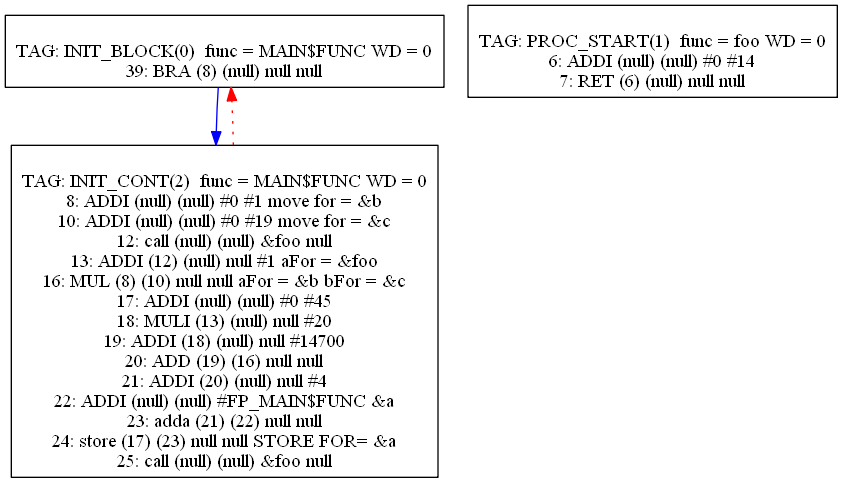
Above: Compiler/20graph.png in mbajaj92/Project-Astoria (Graphviz), before the change. Its source is kept beside it as Compiler/20graph.dot.
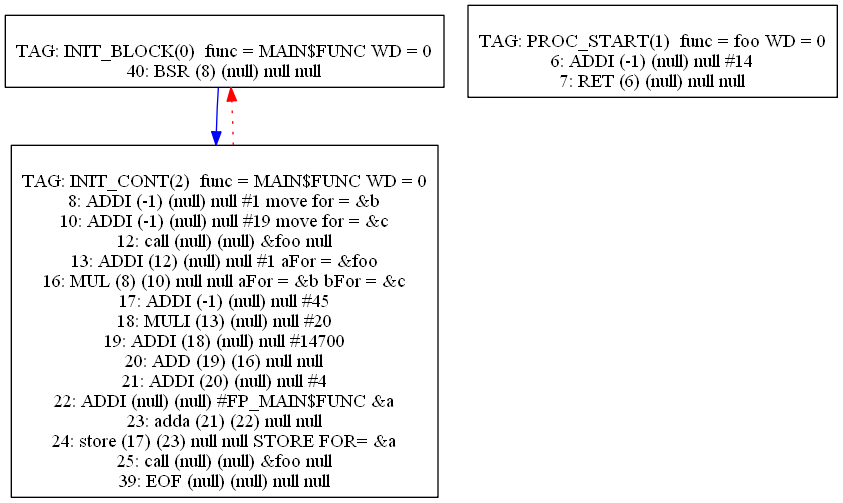
After the commit.

Diff of the diagram source:
```diff
@@ -1,24 +1,24 @@
 digraph {
 0[label="
 TAG: INIT_BLOCK(0)  func = MAIN$FUNC WD = 0
-39: BRA (8) (null) null null
+40: BSR (8) (null) null null
 "];
 0[shape=box];
 0 -> 2[color=blue]
 1[label="
 TAG: PROC_START(1)  func = foo WD = 0
-6: ADDI (null) (null) #0 #14
+6: ADDI (-1) (null) null #14
 7: RET (6) (null) null null
 "];
 1[shape=box];
 2[label="
 TAG: INIT_CONT(2)  func = MAIN$FUNC WD = 0
-8: ADDI (null) (null) #0 #1 move for = &b
-10: ADDI (null) (null) #0 #19 move for = &c
+8: ADDI (-1) (null) null #1 move for = &b
+10: ADDI (-1) (null) null #19 move for = &c
 12: call (null) (null) &foo null
 13: ADDI (12) (null) null #1 aFor = &foo
 16: MUL (8) (10) null null aFor = &b bFor = &c
-17: ADDI (null) (null) #0 #45
+17: ADDI (-1) (null) null #45
 18: MULI (13) (null) null #20
 19: ADDI (18) (null) null #14700
 20: ADD (19) (16) null null
@@ -27,6 +27,7 @@
 23: adda (21) (22) null null
 24: store (17) (23) null null STORE FOR= &a
 25: call (null) (null) &foo null
+39: EOF (null) (null) null null
 "];
 2[shape=box];
 2 -> 0[color=red][style=dotted]
```
